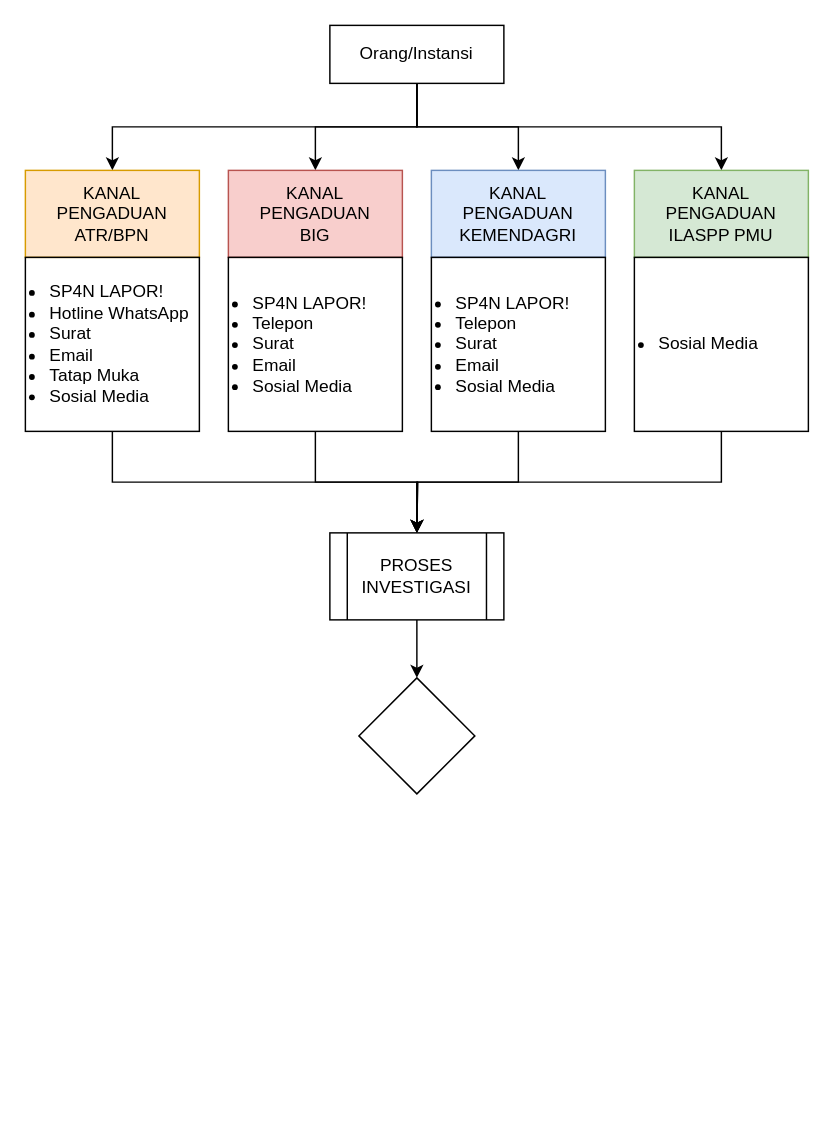
This is FGRM ILASPP PMU.drawio from djadjoel/Flowchart-FGRM-ILASPP-PMU, a draw.io file, before an edit. Source tidied: cells renumbered, new cells numbered last; positions are measured from the earlier drawing's top-left corner, leaving out a move shared by most shapes. Both pictures are drawn from the tidied source at 145%, with x=0, y=0 at pixel (25, 25).
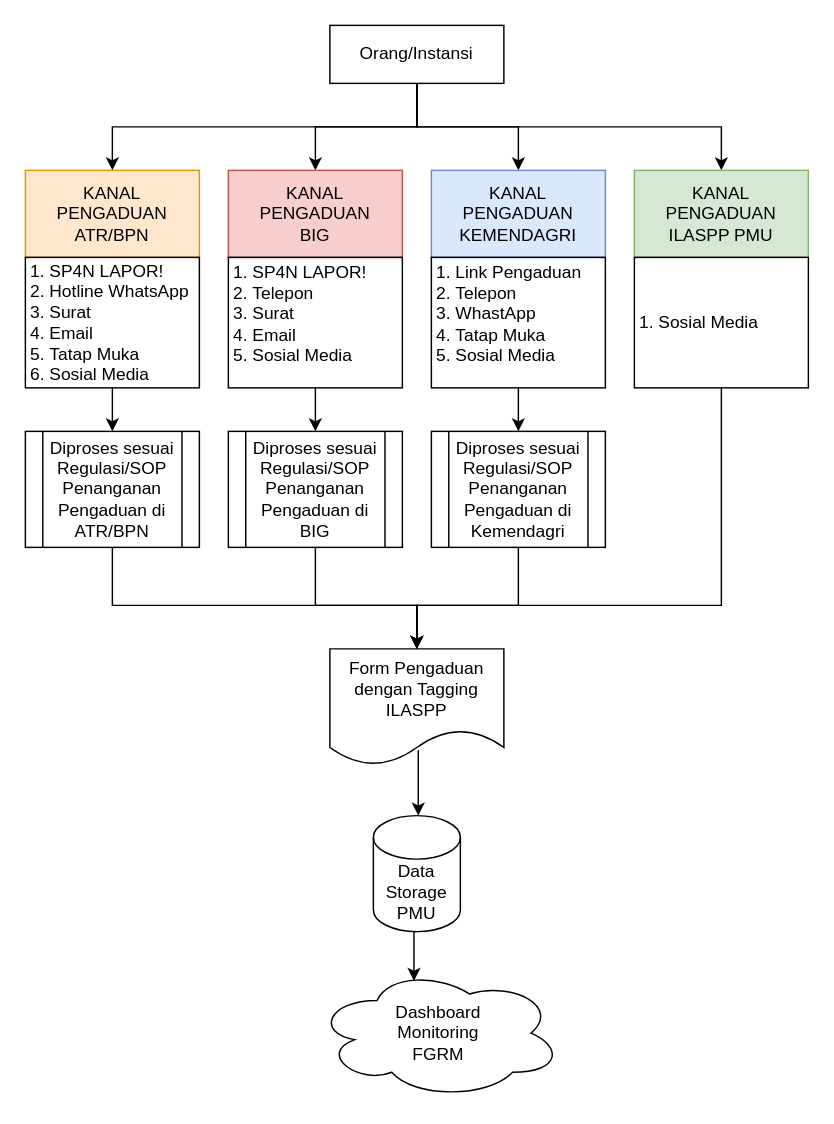
Above is the later version.

The change refers to these unchanged cells:
```xml
<mxCell id="12" style="group;" parent="1" vertex="1">
  <mxGeometry x="140" y="100" width="120" height="180" as="geometry" />
</mxCell>
<mxCell id="16" style="group;" parent="1" vertex="1">
  <mxGeometry x="280" y="100" width="120" height="180" as="geometry" />
</mxCell>
<mxCell id="20" style="group;" parent="1" vertex="1">
  <mxGeometry x="420" y="100" width="120" height="180" as="geometry" />
</mxCell>
```

Change to the diagram source:
```diff
@@
-    <mxCell id="6" style="edgeStyle=orthogonalEdgeStyle;rounded=0;jettySize=auto;html=1;exitX=0.5;exitY=1;exitDx=0;exitDy=0;" parent="1" edge="1" source="7" target="25">
-      <mxGeometry relative="1" as="geometry" />
-    </mxCell>
-    <mxCell id="7" value="PROSES INVESTIGASI" style="shape=process;whiteSpace=wrap;html=1;backgroundOutline=1;" parent="1" vertex="1">
-      <mxGeometry x="210" y="350" width="120" height="60" as="geometry" />
-    </mxCell>
@@
     <mxCell id="9" style="group;" parent="1" vertex="1">
-      <mxGeometry y="100" width="120" height="180" as="geometry" />
+      <mxGeometry y="100" width="260" height="280" as="geometry" />
     </mxCell>
@@
+    <mxCell id="24" style="edgeStyle=orthogonalEdgeStyle;rounded=0;jettySize=auto;html=1;exitX=0.5;exitY=1;exitDx=0;exitDy=0;entryX=0.5;entryY=0;entryDx=0;entryDy=0;" parent="9" edge="1" source="11" target="7">
+      <mxGeometry relative="1" as="geometry" />
+    </mxCell>
-    <mxCell id="11" value="&lt;ul style=&quot;padding-left: 15px; padding-right: 0px;&quot;&gt;&lt;li&gt;SP4N LAPOR!&lt;/li&gt;&lt;li&gt;Hotline WhatsApp&lt;/li&gt;&lt;li&gt;Surat&lt;/li&gt;&lt;li&gt;Email&lt;/li&gt;&lt;li&gt;Tatap Muka&lt;/li&gt;&lt;li&gt;Sosial Media&lt;/li&gt;&lt;/ul&gt;" style="text;strokeColor=default;fillColor=none;html=1;whiteSpace=wrap;verticalAlign=middle;overflow=hidden;" parent="9" vertex="1">
-      <mxGeometry y="60" width="120" height="120" as="geometry" />
+    <mxCell id="11" value="&lt;ol style=&quot;padding-left: 15px; margin-top: 0px; padding-bottom: 0px; padding-right: 0px;&quot;&gt;&lt;li&gt;SP4N LAPOR!&lt;/li&gt;&lt;li&gt;Hotline WhatsApp&lt;/li&gt;&lt;li&gt;Surat&lt;/li&gt;&lt;li&gt;Email&lt;/li&gt;&lt;li&gt;Tatap Muka&lt;/li&gt;&lt;li&gt;Sosial Media&lt;/li&gt;&lt;/ol&gt;" style="text;strokeColor=default;fillColor=none;html=1;whiteSpace=wrap;verticalAlign=middle;overflow=hidden;" parent="9" vertex="1">
+      <mxGeometry y="60" width="120" height="90" as="geometry" />
     </mxCell>
+    <mxCell id="7" value="Diproses sesuai Regulasi/SOP Penanganan Pengaduan di ATR/BPN" style="shape=process;whiteSpace=wrap;html=1;backgroundOutline=1;" parent="9" vertex="1">
+      <mxGeometry y="180" width="120" height="80" as="geometry" />
+    </mxCell>
+    <mxCell id="26" value="Diproses sesuai Regulasi/SOP Penanganan Pengaduan di BIG" style="shape=process;whiteSpace=wrap;html=1;backgroundOutline=1;" parent="9" vertex="1">
+      <mxGeometry x="140" y="180" width="120" height="80" as="geometry" />
+    </mxCell>
@@
-    <mxCell id="14" style="edgeStyle=orthogonalEdgeStyle;rounded=0;jettySize=auto;html=1;exitX=0.5;exitY=1;exitDx=0;exitDy=0;" parent="12" edge="1" source="15">
-      <mxGeometry relative="1" as="geometry">
-        <mxPoint x="130" y="250" as="targetPoint" />
-      </mxGeometry>
-    </mxCell>
-    <mxCell id="15" value="&lt;ul style=&quot;padding-left: 15px; padding-right: 0px;&quot;&gt;&lt;li&gt;SP4N LAPOR!&lt;/li&gt;&lt;li&gt;Telepon&lt;/li&gt;&lt;li&gt;Surat&lt;/li&gt;&lt;li&gt;Email&lt;/li&gt;&lt;li&gt;Sosial Media&lt;/li&gt;&lt;/ul&gt;" style="text;strokeColor=default;fillColor=none;html=1;whiteSpace=wrap;verticalAlign=middle;overflow=hidden;" parent="12" vertex="1">
-      <mxGeometry y="60" width="120" height="120" as="geometry" />
+    <mxCell id="15" value="&lt;ol style=&quot;padding-left: 15px; margin-top: 0px; margin-right: 0px; padding-bottom: 0px;&quot;&gt;&lt;li&gt;SP4N LAPOR!&lt;/li&gt;&lt;li&gt;Telepon&lt;/li&gt;&lt;li&gt;Surat&lt;/li&gt;&lt;li&gt;Email&lt;/li&gt;&lt;li&gt;Sosial Media&lt;/li&gt;&lt;/ol&gt;" style="text;strokeColor=default;fillColor=none;html=1;whiteSpace=wrap;verticalAlign=middle;overflow=hidden;" parent="12" vertex="1">
+      <mxGeometry y="60" width="120" height="90" as="geometry" />
     </mxCell>
@@
-    <mxCell id="18" style="edgeStyle=orthogonalEdgeStyle;rounded=0;jettySize=auto;html=1;exitX=0.5;exitY=1;exitDx=0;exitDy=0;" parent="16" edge="1" source="19">
-      <mxGeometry relative="1" as="geometry">
-        <mxPoint x="-10" y="250" as="targetPoint" />
-      </mxGeometry>
-    </mxCell>
-    <mxCell id="19" value="&lt;ul style=&quot;padding-left: 15px; padding-right: 0px;&quot;&gt;&lt;li&gt;SP4N LAPOR!&lt;/li&gt;&lt;li&gt;Telepon&lt;/li&gt;&lt;li&gt;Surat&lt;/li&gt;&lt;li&gt;Email&lt;/li&gt;&lt;li&gt;Sosial Media&lt;/li&gt;&lt;/ul&gt;" style="text;strokeColor=default;fillColor=none;html=1;whiteSpace=wrap;verticalAlign=middle;overflow=hidden;" parent="16" vertex="1">
-      <mxGeometry y="60" width="120" height="120" as="geometry" />
+    <mxCell id="19" value="&lt;ol style=&quot;padding-left: 15px; padding-bottom: 0px; margin-top: 0px;&quot;&gt;&lt;li&gt;Link Pengaduan&lt;/li&gt;&lt;li&gt;Telepon&lt;/li&gt;&lt;li&gt;WhastApp&lt;/li&gt;&lt;li&gt;Tatap Muka&lt;/li&gt;&lt;li&gt;&lt;span style=&quot;background-color: transparent; color: light-dark(rgb(0, 0, 0), rgb(255, 255, 255));&quot;&gt;Sosial Media&lt;/span&gt;&lt;/li&gt;&lt;/ol&gt;" style="text;strokeColor=default;fillColor=none;html=1;whiteSpace=wrap;verticalAlign=middle;overflow=hidden;" parent="16" vertex="1">
+      <mxGeometry y="60" width="120" height="90" as="geometry" />
     </mxCell>
@@
-    <mxCell id="22" value="&lt;ul style=&quot;padding-left: 15px; padding-right: 0px;&quot;&gt;&lt;li&gt;Sosial Media&lt;/li&gt;&lt;/ul&gt;" style="text;strokeColor=default;fillColor=none;html=1;whiteSpace=wrap;verticalAlign=middle;overflow=hidden;" parent="20" vertex="1">
-      <mxGeometry y="60" width="120" height="120" as="geometry" />
+    <mxCell id="22" value="&lt;ol style=&quot;padding-left: 15px; padding-bottom: 0px; margin-top: 12px;&quot;&gt;&lt;li&gt;Sosial Media&lt;/li&gt;&lt;/ol&gt;" style="text;strokeColor=default;fillColor=none;html=1;whiteSpace=wrap;verticalAlign=middle;overflow=hidden;" parent="20" vertex="1">
+      <mxGeometry y="60" width="120" height="90" as="geometry" />
     </mxCell>
-    <mxCell id="23" style="edgeStyle=orthogonalEdgeStyle;rounded=0;jettySize=auto;html=1;exitX=0.5;exitY=1;exitDx=0;exitDy=0;entryX=0.5;entryY=0;entryDx=0;entryDy=0;" parent="1" edge="1" source="22" target="7">
-      <mxGeometry relative="1" as="geometry" />
-    </mxCell>
-    <mxCell id="24" style="edgeStyle=orthogonalEdgeStyle;rounded=0;jettySize=auto;html=1;exitX=0.5;exitY=1;exitDx=0;exitDy=0;" parent="1" edge="1" source="11" target="7">
-      <mxGeometry relative="1" as="geometry" />
-    </mxCell>
-    <mxCell id="25" style="rhombus;whiteSpace=wrap;html=1;" parent="1" vertex="1">
-      <mxGeometry x="230" y="450" width="80" height="80" as="geometry" />
-    </mxCell>
+    <mxCell id="27" style="edgeStyle=orthogonalEdgeStyle;rounded=0;jettySize=auto;html=1;exitX=0.5;exitY=1;exitDx=0;exitDy=0;exitPerimeter=0;entryX=0.4;entryY=0.1;entryDx=0;entryDy=0;entryPerimeter=0;" parent="1" edge="1" source="28" target="38">
+      <mxGeometry relative="1" as="geometry" />
+    </mxCell>
+    <mxCell id="28" value="Data Storage PMU" style="shape=cylinder3;whiteSpace=wrap;html=1;boundedLbl=1;backgroundOutline=1;size=15;" parent="1" vertex="1">
+      <mxGeometry x="240" y="545" width="60" height="80" as="geometry" />
+    </mxCell>
+    <mxCell id="29" style="edgeStyle=orthogonalEdgeStyle;rounded=0;jettySize=auto;html=1;exitX=0.508;exitY=0.874;exitDx=0;exitDy=0;exitPerimeter=0;" parent="1" edge="1" source="30" target="28">
+      <mxGeometry relative="1" as="geometry">
+        <Array as="points">
+          <mxPoint x="270" y="500" />
+        </Array>
+      </mxGeometry>
+    </mxCell>
+    <mxCell id="30" value="Form Pengaduan dengan Tagging ILASPP" style="shape=document;whiteSpace=wrap;html=1;boundedLbl=1;" parent="1" vertex="1">
+      <mxGeometry x="210" y="430" width="120" height="80" as="geometry" />
+    </mxCell>
+    <mxCell id="31" style="edgeStyle=orthogonalEdgeStyle;rounded=0;jettySize=auto;html=1;" parent="1" edge="1" source="15" target="26">
+      <mxGeometry relative="1" as="geometry" />
+    </mxCell>
+    <mxCell id="32" style="edgeStyle=orthogonalEdgeStyle;rounded=0;jettySize=auto;html=1;entryX=0.5;entryY=0;entryDx=0;entryDy=0;" parent="1" edge="1" source="33" target="30">
+      <mxGeometry relative="1" as="geometry">
+        <Array as="points">
+          <mxPoint x="340" y="400" />
+          <mxPoint x="270" y="400" />
+        </Array>
+      </mxGeometry>
+    </mxCell>
+    <mxCell id="33" value="Diproses sesuai Regulasi/SOP Penanganan Pengaduan di Kemendagri" style="shape=process;whiteSpace=wrap;html=1;backgroundOutline=1;" parent="1" vertex="1">
+      <mxGeometry x="280" y="280" width="120" height="80" as="geometry" />
+    </mxCell>
+    <mxCell id="34" style="edgeStyle=orthogonalEdgeStyle;rounded=0;jettySize=auto;html=1;" parent="1" edge="1" source="19" target="33">
+      <mxGeometry relative="1" as="geometry" />
+    </mxCell>
+    <mxCell id="35" style="edgeStyle=orthogonalEdgeStyle;rounded=0;jettySize=auto;html=1;exitX=0.5;exitY=1;exitDx=0;exitDy=0;" parent="1" edge="1" source="7" target="30">
+      <mxGeometry relative="1" as="geometry">
+        <Array as="points">
+          <mxPoint x="60" y="400" />
+          <mxPoint x="270" y="400" />
+        </Array>
+      </mxGeometry>
+    </mxCell>
+    <mxCell id="36" style="edgeStyle=orthogonalEdgeStyle;rounded=0;jettySize=auto;html=1;exitX=0.5;exitY=1;exitDx=0;exitDy=0;entryX=0.5;entryY=0;entryDx=0;entryDy=0;" parent="1" edge="1" source="22" target="30">
+      <mxGeometry relative="1" as="geometry">
+        <Array as="points">
+          <mxPoint x="480" y="400" />
+          <mxPoint x="270" y="400" />
+        </Array>
+      </mxGeometry>
+    </mxCell>
+    <mxCell id="37" style="edgeStyle=orthogonalEdgeStyle;rounded=0;jettySize=auto;html=1;exitX=0.5;exitY=1;exitDx=0;exitDy=0;" parent="1" edge="1" source="26" target="30">
+      <mxGeometry relative="1" as="geometry">
+        <Array as="points">
+          <mxPoint x="200" y="400" />
+          <mxPoint x="270" y="400" />
+        </Array>
+      </mxGeometry>
+    </mxCell>
+    <mxCell id="38" value="Dashboard&lt;div&gt;Monitoring&lt;/div&gt;&lt;div&gt;FGRM&lt;/div&gt;" style="ellipse;shape=cloud;whiteSpace=wrap;html=1;" parent="1" vertex="1">
+      <mxGeometry x="200" y="650" width="170" height="90" as="geometry" />
+    </mxCell>
```
